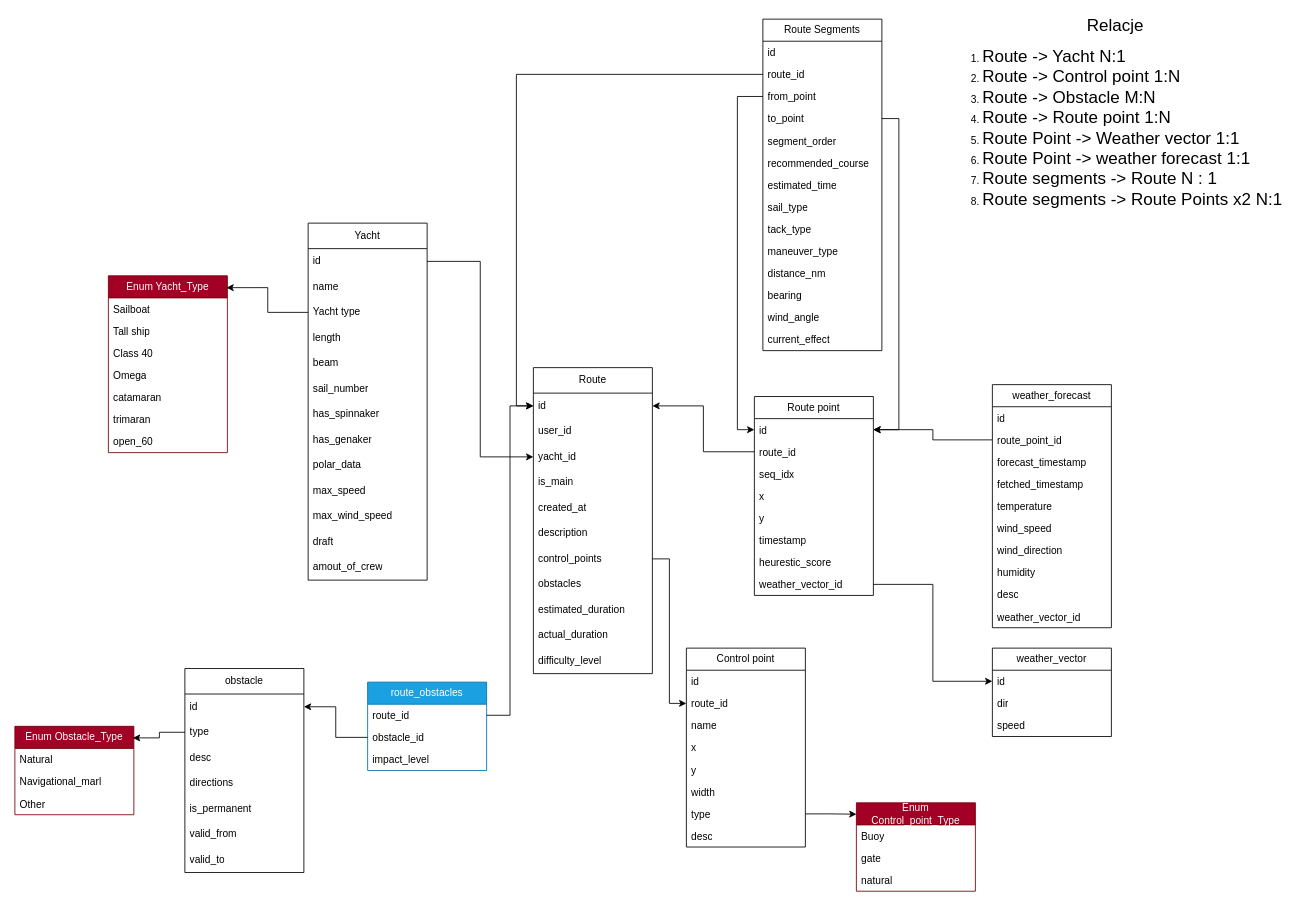
Earlier version of the draw.io diagram sailingroute.drawio (kelvin-ux/sailing-regates-route-calculator). Source tidied: cells renumbered, new cells numbered last; positions are measured from the earlier drawing's top-left corner, leaving out a move shared by most shapes. Both pictures are drawn from the tidied source at 85%, with x=0, y=0 at pixel (14, 19).
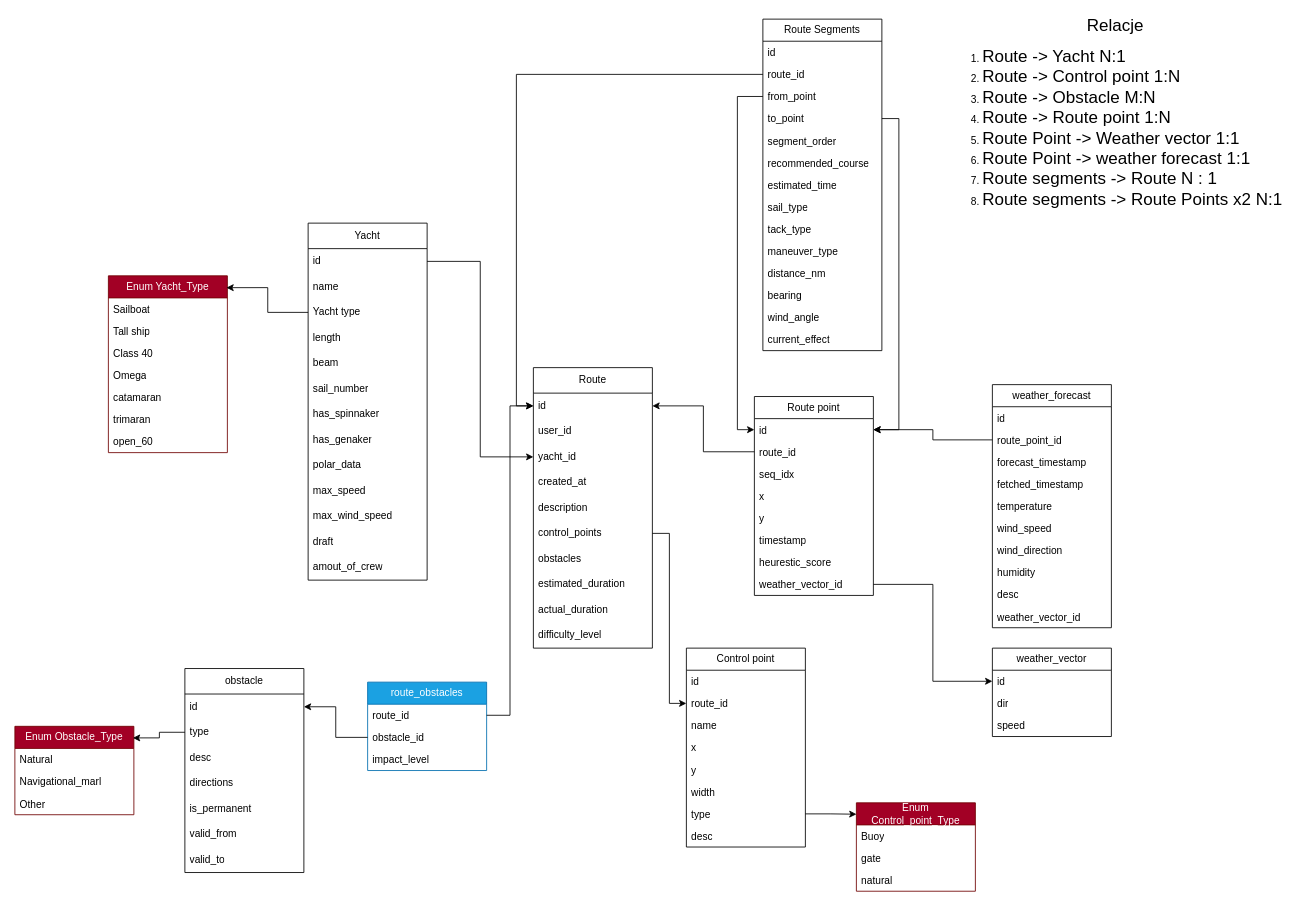
After the change.

Change to the diagram source:
```diff
@@
     <mxCell id="16" value="Route" style="swimlane;fontStyle=0;horizontal=1;startSize=30;whiteSpace=wrap;html=1;" parent="1" vertex="1">
-      <mxGeometry x="610" y="410" width="140" height="360" as="geometry" />
+      <mxGeometry x="610" y="410" width="140" height="330" as="geometry" />
     </mxCell>
@@
-    <mxCell id="20" value="is_main" style="text;strokeColor=none;fillColor=none;align=left;verticalAlign=middle;spacingLeft=4;spacingRight=4;overflow=hidden;whiteSpace=wrap;html=1;" parent="16" vertex="1">
-      <mxGeometry y="120" width="140" height="30" as="geometry" />
-    </mxCell>
     <mxCell id="21" value="created_at" style="text;strokeColor=none;fillColor=none;align=left;verticalAlign=middle;spacingLeft=4;spacingRight=4;overflow=hidden;whiteSpace=wrap;html=1;" parent="16" vertex="1">
-      <mxGeometry y="150" width="140" height="30" as="geometry" />
+      <mxGeometry y="120" width="140" height="30" as="geometry" />
     </mxCell>
     <mxCell id="22" value="description" style="text;strokeColor=none;fillColor=none;align=left;verticalAlign=middle;spacingLeft=4;spacingRight=4;overflow=hidden;whiteSpace=wrap;html=1;" parent="16" vertex="1">
-      <mxGeometry y="180" width="140" height="30" as="geometry" />
+      <mxGeometry y="150" width="140" height="30" as="geometry" />
     </mxCell>
     <mxCell id="23" value="control_points" style="text;strokeColor=none;fillColor=none;align=left;verticalAlign=middle;spacingLeft=4;spacingRight=4;overflow=hidden;points=[[0,0.5],[1,0.5]];portConstraint=eastwest;whiteSpace=wrap;html=1;" parent="16" vertex="1">
-      <mxGeometry y="210" width="140" height="30" as="geometry" />
+      <mxGeometry y="180" width="140" height="30" as="geometry" />
     </mxCell>
     <mxCell id="24" value="obstacles" style="text;strokeColor=none;fillColor=none;align=left;verticalAlign=middle;spacingLeft=4;spacingRight=4;overflow=hidden;whiteSpace=wrap;html=1;" parent="16" vertex="1">
-      <mxGeometry y="240" width="140" height="30" as="geometry" />
+      <mxGeometry y="210" width="140" height="30" as="geometry" />
     </mxCell>
     <mxCell id="25" value="estimated_duration" style="text;strokeColor=none;fillColor=none;align=left;verticalAlign=middle;spacingLeft=4;spacingRight=4;overflow=hidden;whiteSpace=wrap;html=1;" parent="16" vertex="1">
-      <mxGeometry y="270" width="140" height="30" as="geometry" />
+      <mxGeometry y="240" width="140" height="30" as="geometry" />
     </mxCell>
     <mxCell id="26" value="actual_duration" style="text;strokeColor=none;fillColor=none;align=left;verticalAlign=middle;spacingLeft=4;spacingRight=4;overflow=hidden;whiteSpace=wrap;html=1;" parent="16" vertex="1">
-      <mxGeometry y="300" width="140" height="30" as="geometry" />
+      <mxGeometry y="270" width="140" height="30" as="geometry" />
     </mxCell>
     <mxCell id="27" value="difficulty_level" style="text;strokeColor=none;fillColor=none;align=left;verticalAlign=middle;spacingLeft=4;spacingRight=4;overflow=hidden;whiteSpace=wrap;html=1;" parent="16" vertex="1">
-      <mxGeometry y="330" width="140" height="30" as="geometry" />
+      <mxGeometry y="300" width="140" height="30" as="geometry" />
     </mxCell>
```
